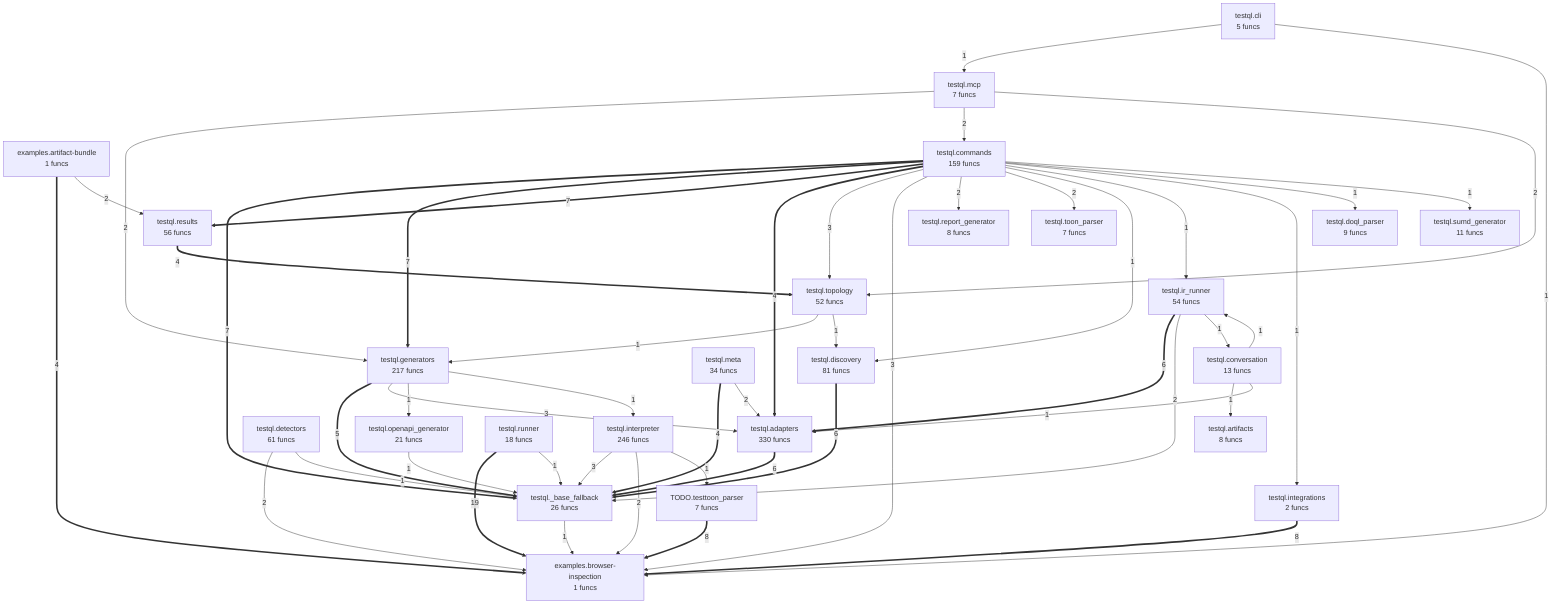
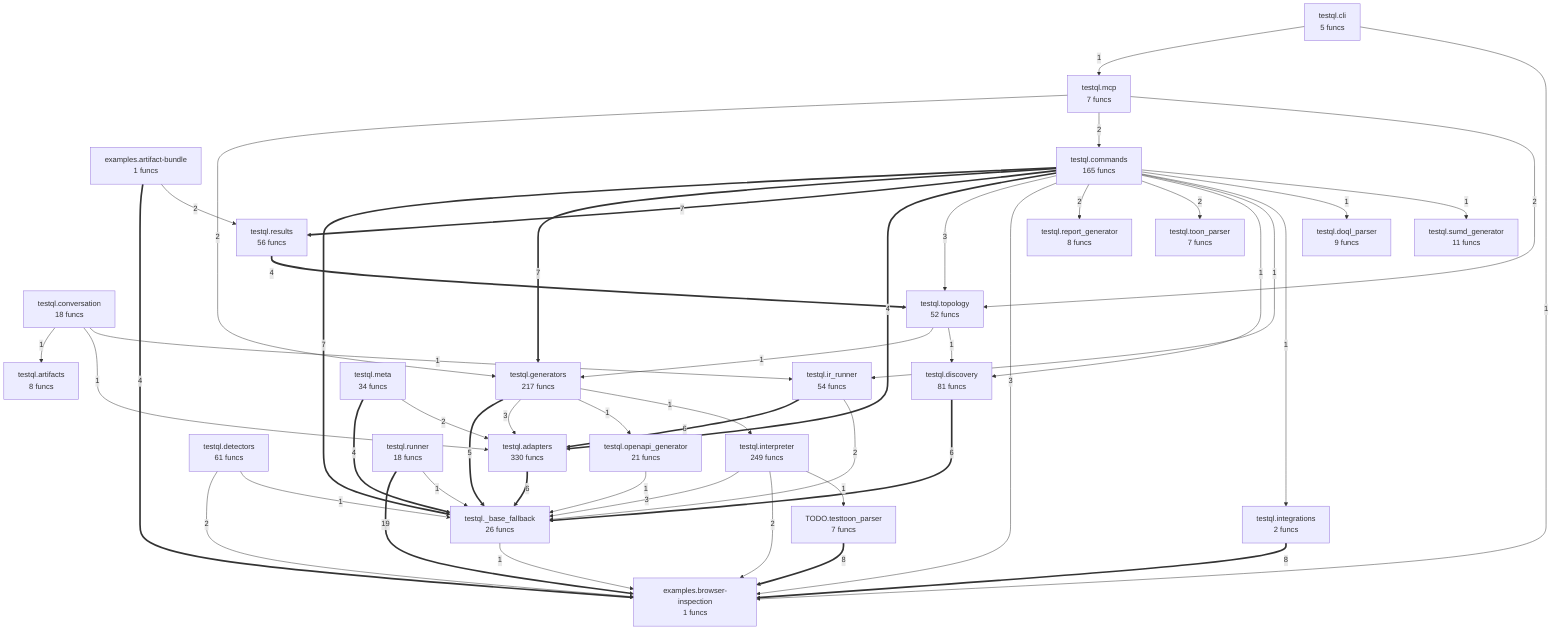
flowchart TD
%% generated in 0.03s
    TODO__testtoon_parser["TODO.testtoon_parser<br/>7 funcs"]
    examples__artifact_bundle["examples.artifact-bundle<br/>1 funcs"]
    examples__browser_inspection["examples.browser-inspection<br/>1 funcs"]
    testql___base_fallback["testql._base_fallback<br/>26 funcs"]
    testql__adapters["testql.adapters<br/>330 funcs"]
    testql__artifacts["testql.artifacts<br/>8 funcs"]
    testql__cli["testql.cli<br/>5 funcs"]
-     testql__commands["testql.commands<br/>159 funcs"]
-     testql__conversation["testql.conversation<br/>13 funcs"]
+     testql__commands["testql.commands<br/>165 funcs"]
+     testql__conversation["testql.conversation<br/>18 funcs"]
    testql__detectors["testql.detectors<br/>61 funcs"]
    testql__discovery["testql.discovery<br/>81 funcs"]
    testql__doql_parser["testql.doql_parser<br/>9 funcs"]
    testql__generators["testql.generators<br/>217 funcs"]
    testql__integrations["testql.integrations<br/>2 funcs"]
-     testql__interpreter["testql.interpreter<br/>246 funcs"]
+     testql__interpreter["testql.interpreter<br/>249 funcs"]
    testql__ir_runner["testql.ir_runner<br/>54 funcs"]
    testql__mcp["testql.mcp<br/>7 funcs"]
    testql__meta["testql.meta<br/>34 funcs"]
    testql__openapi_generator["testql.openapi_generator<br/>21 funcs"]
    testql__report_generator["testql.report_generator<br/>8 funcs"]
    testql__results["testql.results<br/>56 funcs"]
    testql__runner["testql.runner<br/>18 funcs"]
    testql__sumd_generator["testql.sumd_generator<br/>11 funcs"]
    testql__toon_parser["testql.toon_parser<br/>7 funcs"]
    testql__topology["testql.topology<br/>52 funcs"]
    testql__runner ==>|19| examples__browser_inspection
    TODO__testtoon_parser ==>|8| examples__browser_inspection
    testql__integrations ==>|8| examples__browser_inspection
    testql__commands ==>|7| testql___base_fallback
    testql__commands ==>|7| testql__generators
    testql__commands ==>|7| testql__results
    testql__discovery ==>|6| testql___base_fallback
    testql__adapters ==>|6| testql___base_fallback
    testql__ir_runner ==>|6| testql__adapters
    testql__generators ==>|5| testql___base_fallback
    examples__artifact_bundle ==>|4| examples__browser_inspection
    testql__commands ==>|4| testql__adapters
    testql__results ==>|4| testql__topology
    testql__meta ==>|4| testql___base_fallback
    testql__commands -->|3| testql__topology
    testql__commands -->|3| examples__browser_inspection
    testql__interpreter -->|3| testql___base_fallback
    testql__generators -->|3| testql__adapters
    examples__artifact_bundle -->|2| testql__results
    testql__commands -->|2| testql__report_generator
    testql__commands -->|2| testql__toon_parser
    testql__interpreter -->|2| examples__browser_inspection
    testql__mcp -->|2| testql__generators
    testql__mcp -->|2| testql__commands
    testql__mcp -->|2| testql__topology
    testql__meta -->|2| testql__adapters
    testql__detectors -->|2| examples__browser_inspection
    testql__ir_runner -->|2| testql___base_fallback
    testql__cli -->|1| testql__mcp
    testql__cli -->|1| examples__browser_inspection
    testql__runner -->|1| testql___base_fallback
    testql__openapi_generator -->|1| testql___base_fallback
    testql___base_fallback -->|1| examples__browser_inspection
    testql__commands -->|1| testql__discovery
    testql__commands -->|1| testql__ir_runner
    testql__commands -->|1| testql__integrations
    testql__commands -->|1| testql__doql_parser
    testql__commands -->|1| testql__sumd_generator
    testql__interpreter -->|1| TODO__testtoon_parser
+     testql__generators -->|1| testql__openapi_generator
+     testql__generators -->|1| testql__interpreter
+     testql__detectors -->|1| testql___base_fallback
+     testql__topology -->|1| testql__generators
+     testql__topology -->|1| testql__discovery
    testql__conversation -->|1| testql__artifacts
    testql__conversation -->|1| testql__adapters
    testql__conversation -->|1| testql__ir_runner
-     testql__generators -->|1| testql__openapi_generator
-     testql__generators -->|1| testql__interpreter
-     testql__detectors -->|1| testql___base_fallback
-     testql__ir_runner -->|1| testql__conversation
-     testql__topology -->|1| testql__generators
-     testql__topology -->|1| testql__discovery
